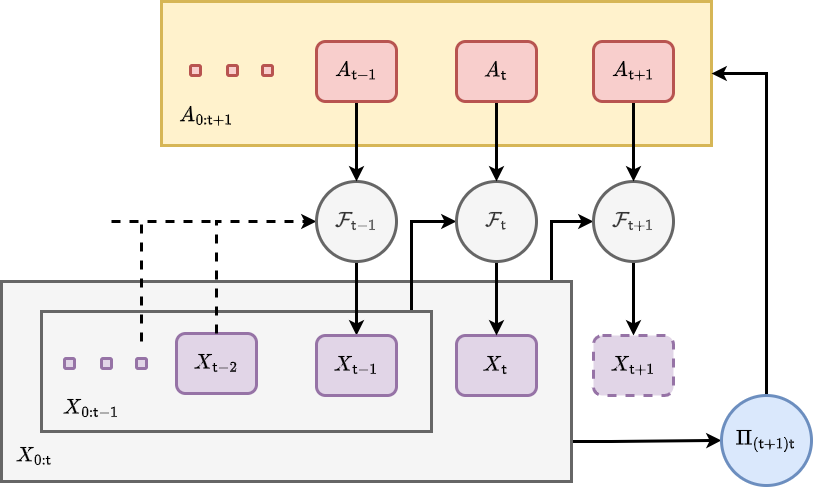
Above: assets/stochadexIV/stochadexIV-fundamental-loop-with-actions.drawio.png in umbralcalc/umbralcalc.github.io (draw.io), before the change. Source tidied: cells renumbered, new cells last; positions are measured from the earlier drawing's top-left corner, leaving out a move shared by most shapes. Source of this version:
```xml
<mxGraphModel math="1">
  <root>
    <mxCell id="0" />
    <mxCell id="1" parent="0" />
    <mxCell id="2" style="edgeStyle=orthogonalEdgeStyle;rounded=0;jettySize=auto;html=1;entryX=0;entryY=0.5;entryDx=0;entryDy=0;strokeWidth=3;" parent="1" edge="1" source="4" target="8">
      <mxGeometry relative="1" as="geometry">
        <Array as="points">
          <mxPoint x="550" y="220" />
        </Array>
      </mxGeometry>
    </mxCell>
    <mxCell id="3" style="edgeStyle=orthogonalEdgeStyle;rounded=0;jettySize=auto;html=1;entryX=0;entryY=0.5;entryDx=0;entryDy=0;strokeWidth=3;" parent="1" edge="1" source="4" target="37">
      <mxGeometry relative="1" as="geometry">
        <Array as="points">
          <mxPoint x="610" y="440" />
          <mxPoint x="610" y="440" />
        </Array>
      </mxGeometry>
    </mxCell>
    <mxCell id="4" style="rounded=0;whiteSpace=wrap;html=1;strokeWidth=3;fontSize=18;fillColor=#f5f5f5;strokeColor=#666666;fontColor=#333333;" parent="1" vertex="1">
      <mxGeometry y="280" width="570" height="200" as="geometry" />
    </mxCell>
    <mxCell id="5" style="edgeStyle=orthogonalEdgeStyle;rounded=0;jettySize=auto;html=1;entryX=0;entryY=0.5;entryDx=0;entryDy=0;strokeWidth=3;" parent="1" edge="1" source="6" target="19">
      <mxGeometry relative="1" as="geometry">
        <Array as="points">
          <mxPoint x="410" y="220" />
        </Array>
      </mxGeometry>
    </mxCell>
    <mxCell id="6" style="rounded=0;whiteSpace=wrap;html=1;strokeWidth=3;fontSize=18;fillColor=#f5f5f5;strokeColor=#666666;fontColor=#333333;" parent="1" vertex="1">
      <mxGeometry x="40" y="310" width="390" height="120" as="geometry" />
    </mxCell>
    <mxCell id="7" style="edgeStyle=orthogonalEdgeStyle;rounded=0;jettySize=auto;html=1;entryX=0.5;entryY=0;entryDx=0;entryDy=0;fontSize=18;strokeWidth=3;" parent="1" edge="1" source="8" target="11">
      <mxGeometry relative="1" as="geometry" />
    </mxCell>
    <mxCell id="8" value="&lt;font style=&quot;font-size: 18px;&quot;&gt;$${\cal F}_{{\sf t}+1}$$&lt;/font&gt;" style="ellipse;whiteSpace=wrap;html=1;fillColor=#f5f5f5;fontColor=#333333;strokeColor=#666666;strokeWidth=3;" parent="1" vertex="1">
      <mxGeometry x="592" y="180" width="80" height="80" as="geometry" />
    </mxCell>
    <mxCell id="9" value="$$X_{{\sf t}-2}$$" style="rounded=1;whiteSpace=wrap;html=1;strokeWidth=3;fontSize=18;fillColor=#e1d5e7;strokeColor=#9673a6;" parent="1" vertex="1">
      <mxGeometry x="175" y="332" width="80" height="60" as="geometry" />
    </mxCell>
    <mxCell id="10" value="$$X_{{\sf t}}$$" style="rounded=1;whiteSpace=wrap;html=1;strokeWidth=3;fontSize=18;fillColor=#e1d5e7;strokeColor=#9673a6;" parent="1" vertex="1">
      <mxGeometry x="455" y="334" width="80" height="60" as="geometry" />
    </mxCell>
    <mxCell id="11" value="$$X_{{\sf t}+1}$$" style="rounded=1;whiteSpace=wrap;html=1;strokeWidth=3;fontSize=18;fillColor=#e1d5e7;strokeColor=#9673a6;dashed=1;" parent="1" vertex="1">
      <mxGeometry x="592" y="334" width="80" height="60" as="geometry" />
    </mxCell>
    <mxCell id="12" style="endArrow=none;html=1;rounded=0;strokeWidth=3;fontSize=18;dashed=1;" parent="1" edge="1">
      <mxGeometry relative="1" as="geometry">
        <mxPoint x="140" y="340" as="sourcePoint" />
        <mxPoint x="210" y="220" as="targetPoint" />
        <Array as="points">
          <mxPoint x="140" y="220" />
        </Array>
      </mxGeometry>
    </mxCell>
    <mxCell id="13" value="$$X_{0:{\sf t}-1}$$" style="text;html=1;strokeColor=none;fillColor=none;align=center;verticalAlign=middle;whiteSpace=wrap;rounded=0;fontSize=18;" parent="1" vertex="1">
      <mxGeometry x="60" y="392" width="60" height="30" as="geometry" />
    </mxCell>
    <mxCell id="14" style="rounded=0;whiteSpace=wrap;html=1;strokeWidth=3;fontSize=18;fillColor=#fff2cc;strokeColor=#d6b656;" parent="1" vertex="1">
      <mxGeometry x="160" width="550" height="144" as="geometry" />
    </mxCell>
    <mxCell id="15" value="$$A_{0:{\sf t}+1}$$" style="text;html=1;strokeColor=none;fillColor=none;align=center;verticalAlign=middle;whiteSpace=wrap;rounded=0;fontSize=18;" parent="1" vertex="1">
      <mxGeometry x="175" y="100" width="60" height="30" as="geometry" />
    </mxCell>
    <mxCell id="16" style="edgeStyle=orthogonalEdgeStyle;rounded=0;jettySize=auto;html=1;entryX=0.5;entryY=0;entryDx=0;entryDy=0;strokeWidth=3;" parent="1" edge="1" source="17" target="8">
      <mxGeometry relative="1" as="geometry" />
    </mxCell>
    <mxCell id="17" value="$$A_{{\sf t}+1}$$" style="rounded=1;whiteSpace=wrap;html=1;strokeWidth=3;fontSize=18;fillColor=#f8cecc;strokeColor=#b85450;" parent="1" vertex="1">
      <mxGeometry x="592" y="40" width="80" height="60" as="geometry" />
    </mxCell>
    <mxCell id="18" style="edgeStyle=orthogonalEdgeStyle;rounded=0;jettySize=auto;html=1;entryX=0.5;entryY=0;entryDx=0;entryDy=0;strokeWidth=3;" parent="1" edge="1" source="19" target="10">
      <mxGeometry relative="1" as="geometry" />
    </mxCell>
    <mxCell id="19" value="&lt;font style=&quot;font-size: 18px;&quot;&gt;$${\cal F}_{{\sf t}}$$&lt;/font&gt;" style="ellipse;whiteSpace=wrap;html=1;fillColor=#f5f5f5;fontColor=#333333;strokeColor=#666666;strokeWidth=3;" parent="1" vertex="1">
      <mxGeometry x="455" y="180" width="80" height="80" as="geometry" />
    </mxCell>
    <mxCell id="20" style="edgeStyle=orthogonalEdgeStyle;rounded=0;jettySize=auto;html=1;entryX=0;entryY=0.5;entryDx=0;entryDy=0;strokeWidth=3;fontSize=18;exitX=0.5;exitY=0;exitDx=0;exitDy=0;dashed=1;" parent="1" edge="1" source="9" target="22">
      <mxGeometry relative="1" as="geometry" />
    </mxCell>
    <mxCell id="21" style="edgeStyle=orthogonalEdgeStyle;rounded=0;jettySize=auto;html=1;strokeWidth=3;" parent="1" edge="1" source="22" target="23">
      <mxGeometry relative="1" as="geometry" />
    </mxCell>
    <mxCell id="22" value="&lt;font style=&quot;font-size: 18px;&quot;&gt;$${\cal F}_{{\sf t}-1}$$&lt;/font&gt;" style="ellipse;whiteSpace=wrap;html=1;fillColor=#f5f5f5;fontColor=#333333;strokeColor=#666666;strokeWidth=3;" parent="1" vertex="1">
      <mxGeometry x="315" y="180" width="80" height="80" as="geometry" />
    </mxCell>
    <mxCell id="23" value="$$X_{{\sf t}-1}$$" style="rounded=1;whiteSpace=wrap;html=1;strokeWidth=3;fontSize=18;fillColor=#e1d5e7;strokeColor=#9673a6;" parent="1" vertex="1">
      <mxGeometry x="315" y="334" width="80" height="60" as="geometry" />
    </mxCell>
    <mxCell id="24" style="edgeStyle=orthogonalEdgeStyle;rounded=0;jettySize=auto;html=1;entryX=0.5;entryY=0;entryDx=0;entryDy=0;strokeWidth=3;" parent="1" edge="1" source="25" target="19">
      <mxGeometry relative="1" as="geometry" />
    </mxCell>
    <mxCell id="25" value="$$A_{{\sf t}}$$" style="rounded=1;whiteSpace=wrap;html=1;strokeWidth=3;fontSize=18;fillColor=#f8cecc;strokeColor=#b85450;" parent="1" vertex="1">
      <mxGeometry x="455" y="40" width="80" height="60" as="geometry" />
    </mxCell>
    <mxCell id="26" style="edgeStyle=orthogonalEdgeStyle;rounded=0;jettySize=auto;html=1;entryX=0.5;entryY=0;entryDx=0;entryDy=0;strokeWidth=3;" parent="1" edge="1" source="27" target="22">
      <mxGeometry relative="1" as="geometry" />
    </mxCell>
    <mxCell id="27" value="$$A_{{\sf t}-1}$$" style="rounded=1;whiteSpace=wrap;html=1;strokeWidth=3;fontSize=18;fillColor=#f8cecc;strokeColor=#b85450;" parent="1" vertex="1">
      <mxGeometry x="315" y="40" width="80" height="60" as="geometry" />
    </mxCell>
    <mxCell id="28" style="rounded=1;whiteSpace=wrap;html=1;strokeWidth=3;fontSize=18;fillColor=#f8cecc;strokeColor=#b85450;" parent="1" vertex="1">
      <mxGeometry x="261" y="64" width="10" height="10" as="geometry" />
    </mxCell>
    <mxCell id="29" value="$$X_{0:{\sf t}}$$" style="text;html=1;strokeColor=none;fillColor=none;align=center;verticalAlign=middle;whiteSpace=wrap;rounded=0;fontSize=18;" parent="1" vertex="1">
      <mxGeometry x="3" y="440" width="60" height="30" as="geometry" />
    </mxCell>
    <mxCell id="30" style="rounded=1;whiteSpace=wrap;html=1;strokeWidth=3;fontSize=18;fillColor=#f8cecc;strokeColor=#b85450;" parent="1" vertex="1">
      <mxGeometry x="226" y="64" width="10" height="10" as="geometry" />
    </mxCell>
    <mxCell id="31" style="rounded=1;whiteSpace=wrap;html=1;strokeWidth=3;fontSize=18;fillColor=#f8cecc;strokeColor=#b85450;" parent="1" vertex="1">
      <mxGeometry x="189" y="64" width="10" height="10" as="geometry" />
    </mxCell>
    <mxCell id="32" style="rounded=1;whiteSpace=wrap;html=1;strokeWidth=3;fontSize=18;fillColor=#e1d5e7;strokeColor=#9673a6;" parent="1" vertex="1">
      <mxGeometry x="135" y="357" width="10" height="10" as="geometry" />
    </mxCell>
    <mxCell id="33" style="rounded=1;whiteSpace=wrap;html=1;strokeWidth=3;fontSize=18;fillColor=#e1d5e7;strokeColor=#9673a6;" parent="1" vertex="1">
      <mxGeometry x="100" y="357" width="10" height="10" as="geometry" />
    </mxCell>
    <mxCell id="34" style="rounded=1;whiteSpace=wrap;html=1;strokeWidth=3;fontSize=18;fillColor=#e1d5e7;strokeColor=#9673a6;" parent="1" vertex="1">
      <mxGeometry x="63" y="357" width="10" height="10" as="geometry" />
    </mxCell>
    <mxCell id="35" style="endArrow=none;html=1;rounded=0;strokeWidth=3;fontSize=18;dashed=1;" parent="1" edge="1">
      <mxGeometry relative="1" as="geometry">
        <mxPoint x="110" y="220" as="sourcePoint" />
        <mxPoint x="140" y="220" as="targetPoint" />
      </mxGeometry>
    </mxCell>
    <mxCell id="36" style="edgeStyle=orthogonalEdgeStyle;rounded=0;jettySize=auto;html=1;entryX=1;entryY=0.5;entryDx=0;entryDy=0;strokeWidth=3;exitX=0.5;exitY=0;exitDx=0;exitDy=0;" parent="1" edge="1" source="37" target="14">
      <mxGeometry relative="1" as="geometry">
        <Array as="points">
          <mxPoint x="765" y="72" />
        </Array>
      </mxGeometry>
    </mxCell>
    <mxCell id="37" value="&lt;font style=&quot;font-size: 18px;&quot;&gt;$$\Pi_{({\sf t}+1){\sf t}}$$&lt;/font&gt;" style="ellipse;whiteSpace=wrap;html=1;fillColor=#dae8fc;strokeColor=#6c8ebf;strokeWidth=3;" parent="1" vertex="1">
      <mxGeometry x="720" y="394" width="90" height="90" as="geometry" />
    </mxCell>
  </root>
</mxGraphModel>
```
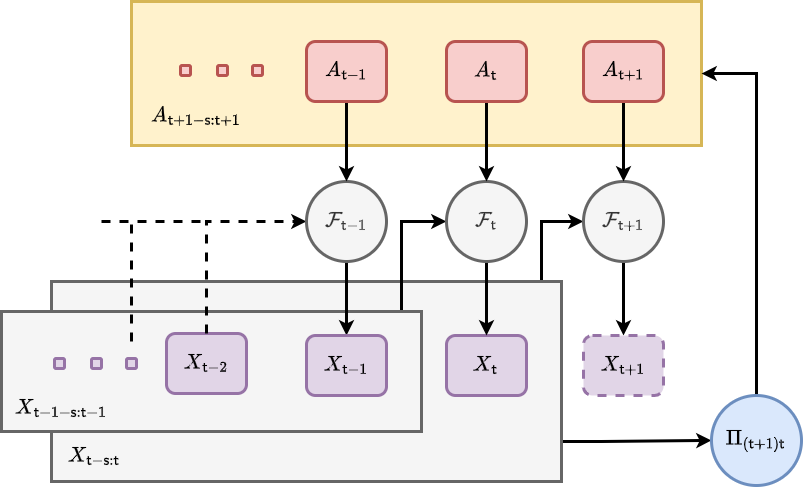
Above is the later version.

Change to the diagram source:
```diff
@@ -18,7 +18,7 @@
       </mxGeometry>
     </mxCell>
     <mxCell id="4" style="rounded=0;whiteSpace=wrap;html=1;strokeWidth=3;fontSize=18;fillColor=#f5f5f5;strokeColor=#666666;fontColor=#333333;" parent="1" vertex="1">
-      <mxGeometry y="280" width="570" height="200" as="geometry" />
+      <mxGeometry x="60" y="280" width="510" height="200" as="geometry" />
     </mxCell>
     <mxCell id="5" style="edgeStyle=orthogonalEdgeStyle;rounded=0;jettySize=auto;html=1;entryX=0;entryY=0.5;entryDx=0;entryDy=0;strokeWidth=3;" parent="1" edge="1" source="6" target="19">
       <mxGeometry relative="1" as="geometry">
@@ -28,7 +28,7 @@
       </mxGeometry>
     </mxCell>
     <mxCell id="6" style="rounded=0;whiteSpace=wrap;html=1;strokeWidth=3;fontSize=18;fillColor=#f5f5f5;strokeColor=#666666;fontColor=#333333;" parent="1" vertex="1">
-      <mxGeometry x="40" y="310" width="390" height="120" as="geometry" />
+      <mxGeometry x="10" y="310" width="420" height="120" as="geometry" />
     </mxCell>
     <mxCell id="7" style="edgeStyle=orthogonalEdgeStyle;rounded=0;jettySize=auto;html=1;entryX=0.5;entryY=0;entryDx=0;entryDy=0;fontSize=18;strokeWidth=3;" parent="1" edge="1" source="8" target="11">
       <mxGeometry relative="1" as="geometry" />
@@ -54,13 +54,13 @@
         </Array>
       </mxGeometry>
     </mxCell>
-    <mxCell id="13" value="$$X_{0:{\sf t}-1}$$" style="text;html=1;strokeColor=none;fillColor=none;align=center;verticalAlign=middle;whiteSpace=wrap;rounded=0;fontSize=18;" parent="1" vertex="1">
-      <mxGeometry x="60" y="392" width="60" height="30" as="geometry" />
+    <mxCell id="13" value="$$X_{{\sf t}-1-{\sf s}:{\sf t}-1}$$" style="text;html=1;strokeColor=none;fillColor=none;align=center;verticalAlign=middle;whiteSpace=wrap;rounded=0;fontSize=18;" parent="1" vertex="1">
+      <mxGeometry x="40" y="392" width="60" height="30" as="geometry" />
     </mxCell>
     <mxCell id="14" style="rounded=0;whiteSpace=wrap;html=1;strokeWidth=3;fontSize=18;fillColor=#fff2cc;strokeColor=#d6b656;" parent="1" vertex="1">
-      <mxGeometry x="160" width="550" height="144" as="geometry" />
+      <mxGeometry x="140" width="570" height="144" as="geometry" />
     </mxCell>
-    <mxCell id="15" value="$$A_{0:{\sf t}+1}$$" style="text;html=1;strokeColor=none;fillColor=none;align=center;verticalAlign=middle;whiteSpace=wrap;rounded=0;fontSize=18;" parent="1" vertex="1">
+    <mxCell id="15" value="$$A_{{\sf t}+1-{\sf s}:{\sf t}+1}$$" style="text;html=1;strokeColor=none;fillColor=none;align=center;verticalAlign=middle;whiteSpace=wrap;rounded=0;fontSize=18;" parent="1" vertex="1">
       <mxGeometry x="175" y="100" width="60" height="30" as="geometry" />
     </mxCell>
     <mxCell id="16" style="edgeStyle=orthogonalEdgeStyle;rounded=0;jettySize=auto;html=1;entryX=0.5;entryY=0;entryDx=0;entryDy=0;strokeWidth=3;" parent="1" edge="1" source="17" target="8">
@@ -102,8 +102,8 @@
     <mxCell id="28" style="rounded=1;whiteSpace=wrap;html=1;strokeWidth=3;fontSize=18;fillColor=#f8cecc;strokeColor=#b85450;" parent="1" vertex="1">
       <mxGeometry x="261" y="64" width="10" height="10" as="geometry" />
     </mxCell>
-    <mxCell id="29" value="$$X_{0:{\sf t}}$$" style="text;html=1;strokeColor=none;fillColor=none;align=center;verticalAlign=middle;whiteSpace=wrap;rounded=0;fontSize=18;" parent="1" vertex="1">
-      <mxGeometry x="3" y="440" width="60" height="30" as="geometry" />
+    <mxCell id="29" value="$$X_{{\sf t}-{\sf s}:{\sf t}}$$" style="text;html=1;strokeColor=none;fillColor=none;align=center;verticalAlign=middle;whiteSpace=wrap;rounded=0;fontSize=18;" parent="1" vertex="1">
+      <mxGeometry x="73" y="440" width="60" height="30" as="geometry" />
     </mxCell>
     <mxCell id="30" style="rounded=1;whiteSpace=wrap;html=1;strokeWidth=3;fontSize=18;fillColor=#f8cecc;strokeColor=#b85450;" parent="1" vertex="1">
       <mxGeometry x="226" y="64" width="10" height="10" as="geometry" />
```
